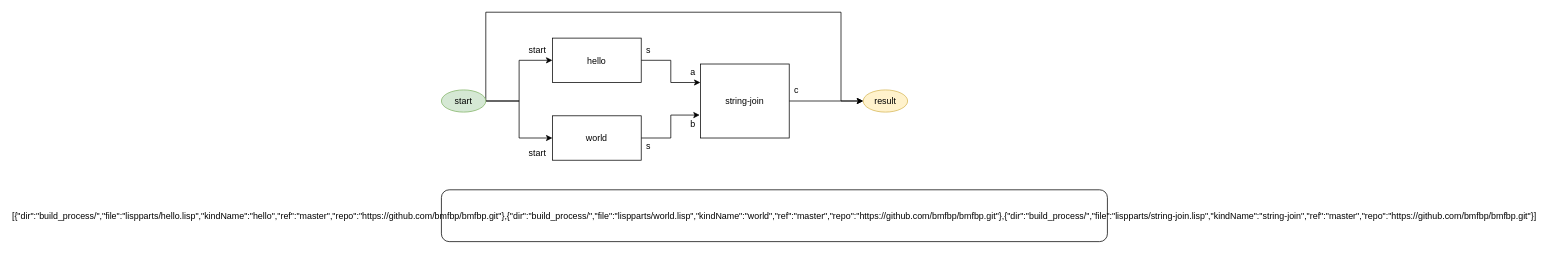
Earlier version of the draw.io diagram build_process/parts/diagram/helloworld.drawio (bmfbp/bmfbp). Source tidied: cells renumbered, new cells numbered last; positions are measured from the earlier drawing's top-left corner, leaving out a move shared by most shapes. Both pictures are drawn from the tidied source at 74%, with x=0, y=0 at pixel (441, 12).
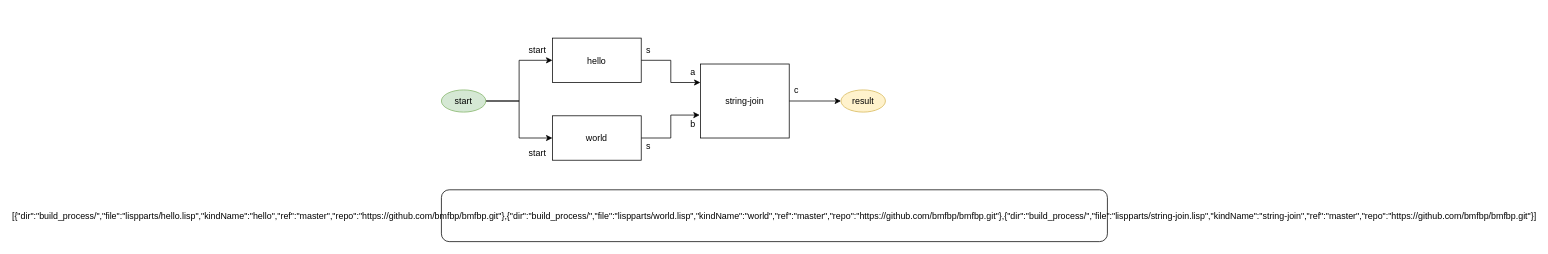
The same page after the edit.

The change refers to these unchanged cells:
```xml
<mxCell id="16" value="start" style="ellipse;fillColor=#d5e8d4;strokeColor=#82b366;" parent="1" vertex="1">
  <mxGeometry y="105" width="60" height="30" as="geometry" />
</mxCell>
```

The edit, as a diff of the source:
```diff
@@
-    <mxCell id="15" style="edgeStyle=orthogonalEdgeStyle;rounded=0;jettySize=auto;html=1;exitX=1;exitY=0.5;exitDx=0;exitDy=0;entryX=0;entryY=0.5;entryDx=0;entryDy=0;" parent="1" edge="1" source="16" target="17">
-      <mxGeometry relative="1" as="geometry">
-        <Array as="points">
-          <mxPoint x="60" />
-          <mxPoint x="540" />
-        </Array>
-      </mxGeometry>
-    </mxCell>
@@
     <mxCell id="17" value="result" style="ellipse;fillColor=#fff2cc;strokeColor=#d6b656;" parent="1" vertex="1">
-      <mxGeometry x="570" y="105" width="60" height="30" as="geometry" />
+      <mxGeometry x="540" y="105" width="60" height="30" as="geometry" />
     </mxCell>
```
